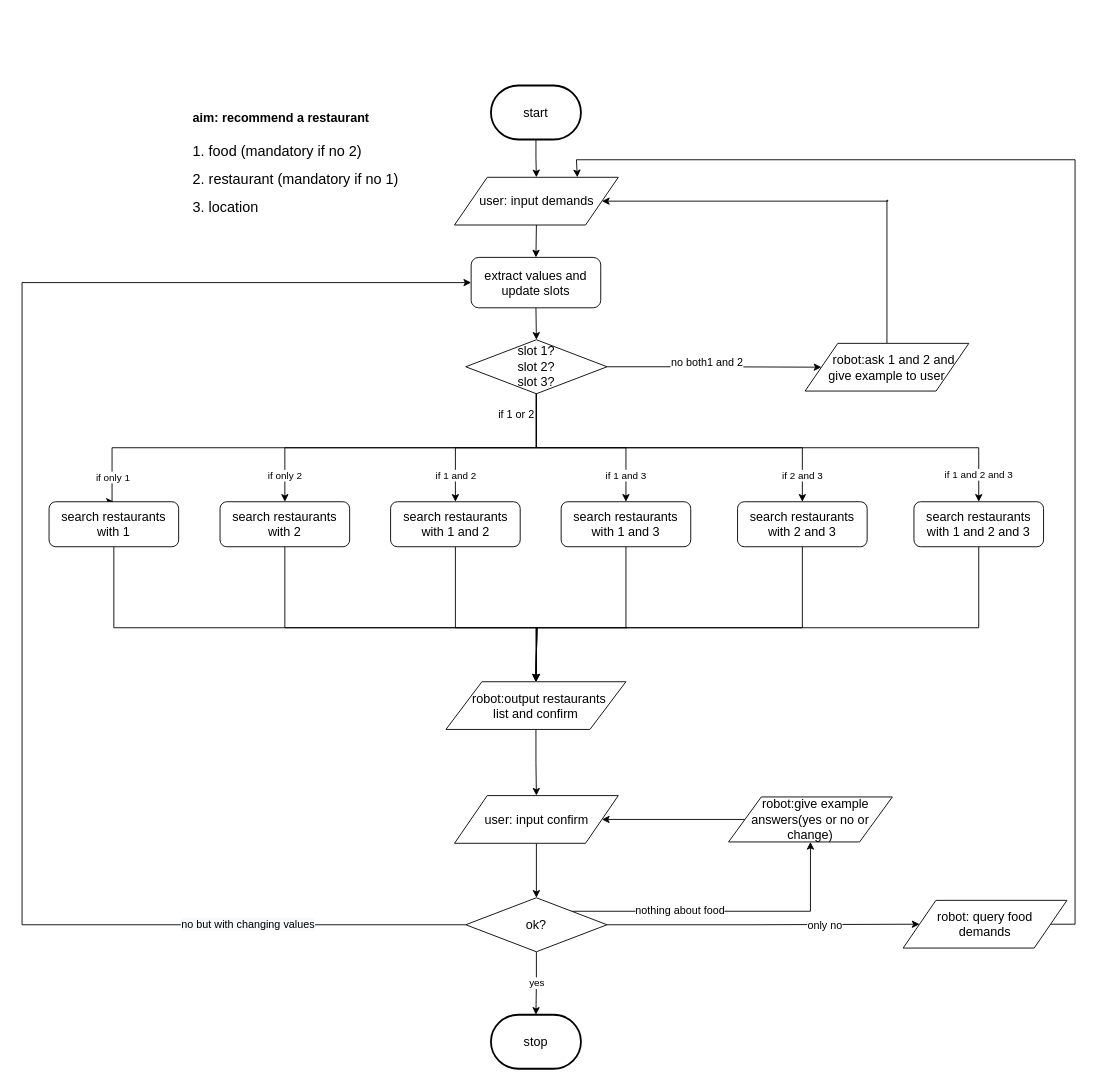
The draw.io diagram flow_diagram/dinning_consult.drawio in ricosr/travel_consult_chatbot, before the edit. Source tidied: cells renumbered, new cells numbered last; positions are measured from the earlier drawing's top-left corner, leaving out a move shared by most shapes. Both pictures are drawn from the tidied source at 90%, with x=0, y=0 at pixel (22, 86).
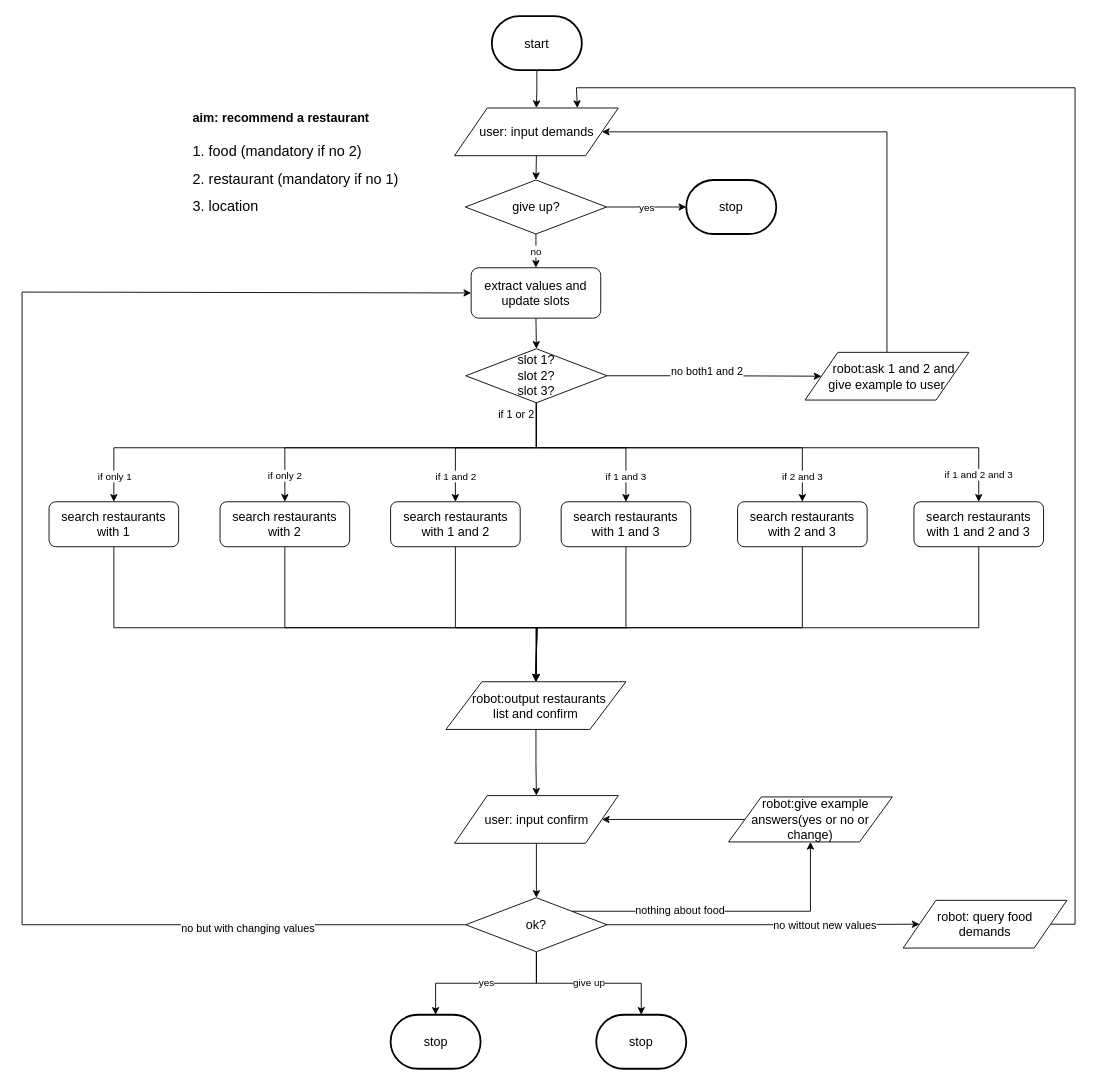
The same diagram, later.

The change refers to these unchanged cells:
```xml
<mxCell id="10" value="&lt;font style=&quot;font-size: 14px&quot;&gt;robot:&amp;nbsp;&lt;/font&gt;&lt;span style=&quot;font-size: 14px&quot;&gt;query food &lt;br&gt;demands&lt;/span&gt;" style="shape=parallelogram;perimeter=parallelogramPerimeter;whiteSpace=wrap;html=1;" parent="1" vertex="1">
  <mxGeometry x="979" y="904.9" width="182" height="53" as="geometry" />
</mxCell>
<mxCell id="18" value="&lt;span style=&quot;font-size: 14px&quot;&gt;search restaurants with 2&lt;/span&gt;" style="rounded=1;whiteSpace=wrap;html=1;" parent="1" vertex="1">
  <mxGeometry x="220" y="462" width="144" height="50" as="geometry" />
</mxCell>
<mxCell id="26" style="edgeStyle=orthogonalEdgeStyle;rounded=0;jettySize=auto;html=1;exitX=1;exitY=0.5;exitDx=0;exitDy=0;entryX=0;entryY=0.5;entryDx=0;entryDy=0;" parent="1" edge="1" source="30" target="10">
  <mxGeometry relative="1" as="geometry" />
</mxCell>
<mxCell id="30" value="&lt;font style=&quot;font-size: 14px&quot;&gt;ok?&lt;br&gt;&lt;/font&gt;" style="rhombus;whiteSpace=wrap;html=1;" parent="1" vertex="1">
  <mxGeometry x="493" y="902" width="157" height="60" as="geometry" />
</mxCell>
<mxCell id="35" value="&lt;span style=&quot;font-size: 14px&quot;&gt;search restaurants with 1&lt;/span&gt;" style="rounded=1;whiteSpace=wrap;html=1;" parent="1" vertex="1">
  <mxGeometry x="30" y="462" width="144" height="50" as="geometry" />
</mxCell>
<mxCell id="41" value="&lt;span style=&quot;font-size: 14px&quot;&gt;search restaurants with 1 and 3&lt;/span&gt;" style="rounded=1;whiteSpace=wrap;html=1;" parent="1" vertex="1">
  <mxGeometry x="599" y="462" width="144" height="50" as="geometry" />
</mxCell>
<mxCell id="43" value="&lt;span style=&quot;font-size: 14px&quot;&gt;search restaurants with 2 and 3&lt;/span&gt;" style="rounded=1;whiteSpace=wrap;html=1;" parent="1" vertex="1">
  <mxGeometry x="795" y="462" width="144" height="50" as="geometry" />
</mxCell>
<mxCell id="46" value="&lt;span style=&quot;font-size: 14px&quot;&gt;search restaurants with 1 and 2 and 3&lt;/span&gt;" style="rounded=1;whiteSpace=wrap;html=1;" parent="1" vertex="1">
  <mxGeometry x="991" y="462" width="144" height="50" as="geometry" />
</mxCell>
```

Change to the diagram source:
```diff
@@
     <mxCell id="5" value="if 1 and 3" style="edgeStyle=orthogonalEdgeStyle;rounded=0;jettySize=auto;html=1;exitX=0.5;exitY=1;exitDx=0;exitDy=0;entryX=0.5;entryY=0;entryDx=0;entryDy=0;" parent="1" edge="1" source="8" target="41">
-      <mxGeometry x="0.73" relative="1" as="geometry" />
+      <mxGeometry x="0.73" relative="1" as="geometry">
+        <Array as="points">
+          <mxPoint x="571" y="402" />
+          <mxPoint x="671" y="402" />
+        </Array>
+      </mxGeometry>
     </mxCell>
     <mxCell id="6" value="if 2 and 3" style="edgeStyle=orthogonalEdgeStyle;rounded=0;jettySize=auto;html=1;exitX=0.5;exitY=1;exitDx=0;exitDy=0;entryX=0.5;entryY=0;entryDx=0;entryDy=0;" parent="1" edge="1" source="8" target="43">
-      <mxGeometry x="0.86" relative="1" as="geometry" />
+      <mxGeometry x="0.86" relative="1" as="geometry">
+        <Array as="points">
+          <mxPoint x="571" y="402" />
+          <mxPoint x="867" y="402" />
+        </Array>
+      </mxGeometry>
     </mxCell>
     <mxCell id="7" value="if 1 and 2 and 3" style="edgeStyle=orthogonalEdgeStyle;rounded=0;jettySize=auto;html=1;exitX=0.5;exitY=1;exitDx=0;exitDy=0;entryX=0.5;entryY=0;entryDx=0;entryDy=0;" parent="1" edge="1" source="8" target="46">
-      <mxGeometry x="0.9" relative="1" as="geometry" />
+      <mxGeometry x="0.9" relative="1" as="geometry">
+        <Array as="points">
+          <mxPoint x="571" y="402" />
+          <mxPoint x="1063" y="402" />
+        </Array>
+      </mxGeometry>
     </mxCell>
     <mxCell id="8" value="&lt;font style=&quot;font-size: 14px&quot;&gt;slot 1?&lt;br&gt;slot 2?&lt;br&gt;slot 3?&lt;br&gt;&lt;/font&gt;" style="rhombus;whiteSpace=wrap;html=1;" parent="1" vertex="1">
-      <mxGeometry x="493" y="282" width="157" height="60" as="geometry" />
+      <mxGeometry x="493" y="292" width="157" height="60" as="geometry" />
     </mxCell>
     <mxCell id="9" style="edgeStyle=orthogonalEdgeStyle;rounded=0;jettySize=auto;html=1;exitX=1;exitY=0.5;exitDx=0;exitDy=0;entryX=0.75;entryY=0;entryDx=0;entryDy=0;" parent="1" edge="1" source="10" target="14">
       <mxGeometry relative="1" as="geometry">
         <Array as="points">
           <mxPoint x="1170" y="932" />
-          <mxPoint x="1170" y="82" />
-          <mxPoint x="616" y="82" />
+          <mxPoint x="1170" y="2" />
+          <mxPoint x="616" y="2" />
         </Array>
       </mxGeometry>
     </mxCell>
@@
     <mxCell id="12" value="&lt;span style=&quot;font-size: 14px&quot;&gt;start&lt;/span&gt;" style="strokeWidth=2;html=1;shape=mxgraph.flowchart.terminator;whiteSpace=wrap;" parent="1" vertex="1">
-      <mxGeometry x="521" y="-0.5" width="100" height="60" as="geometry" />
+      <mxGeometry x="522" y="-77.5" width="100" height="60" as="geometry" />
     </mxCell>
-    <mxCell id="13" style="edgeStyle=orthogonalEdgeStyle;rounded=0;jettySize=auto;html=1;exitX=0.5;exitY=1;exitDx=0;exitDy=0;entryX=0.5;entryY=0;entryDx=0;entryDy=0;" parent="1" edge="1" source="14" target="49">
-      <mxGeometry relative="1" as="geometry" />
-    </mxCell>
+    <mxCell id="50" style="edgeStyle=orthogonalEdgeStyle;rounded=0;jettySize=auto;html=1;exitX=0.5;exitY=1;exitDx=0;exitDy=0;entryX=0.5;entryY=0;entryDx=0;entryDy=0;" parent="1" edge="1" source="14" target="55">
+      <mxGeometry relative="1" as="geometry" />
+    </mxCell>
     <mxCell id="14" value="&lt;span style=&quot;font-size: 14px&quot;&gt;user: input demands&lt;/span&gt;" style="shape=parallelogram;perimeter=parallelogramPerimeter;whiteSpace=wrap;html=1;" parent="1" vertex="1">
-      <mxGeometry x="480.5" y="101.5" width="182" height="53" as="geometry" />
+      <mxGeometry x="480.5" y="24.5" width="182" height="53" as="geometry" />
     </mxCell>
     <mxCell id="15" style="edgeStyle=orthogonalEdgeStyle;rounded=0;jettySize=auto;html=1;exitX=0.5;exitY=0;exitDx=0;exitDy=0;entryX=1;entryY=0.5;entryDx=0;entryDy=0;" parent="1" edge="1" source="16" target="14">
       <mxGeometry relative="1" as="geometry">
         <Array as="points">
-          <mxPoint x="962" y="127" />
+          <mxPoint x="961" y="51" />
         </Array>
       </mxGeometry>
     </mxCell>
     <mxCell id="16" value="&lt;span style=&quot;font-size: 14px&quot;&gt;&amp;nbsp; &amp;nbsp; robot:ask 1 and 2 and &lt;br&gt;give example to user&lt;/span&gt;" style="shape=parallelogram;perimeter=parallelogramPerimeter;whiteSpace=wrap;html=1;" parent="1" vertex="1">
-      <mxGeometry x="870" y="286" width="182" height="53" as="geometry" />
+      <mxGeometry x="870" y="296" width="182" height="53" as="geometry" />
     </mxCell>
@@
-    <mxCell id="27" value="only no" style="text;html=1;align=center;verticalAlign=middle;labelBackgroundColor=#ffffff;" parent="26" vertex="1">
+    <mxCell id="27" value="no wittout new values" style="text;html=1;align=center;verticalAlign=middle;labelBackgroundColor=#ffffff;" parent="26" vertex="1">
       <mxGeometry x="0.39" y="-1" relative="1" as="geometry" />
     </mxCell>
     <mxCell id="28" style="edgeStyle=orthogonalEdgeStyle;rounded=0;jettySize=auto;html=1;exitX=0;exitY=0.5;exitDx=0;exitDy=0;entryX=0;entryY=0.5;entryDx=0;entryDy=0;" parent="1" edge="1" source="30" target="49">
       <mxGeometry relative="1" as="geometry">
         <Array as="points">
           <mxPoint y="932" />
-          <mxPoint y="219" />
+          <mxPoint y="229" />
         </Array>
       </mxGeometry>
     </mxCell>
@@
+    <mxCell id="51" value="give up" style="edgeStyle=orthogonalEdgeStyle;rounded=0;jettySize=auto;html=1;exitX=0.5;exitY=1;exitDx=0;exitDy=0;entryX=0.5;entryY=0;entryDx=0;entryDy=0;entryPerimeter=0;" parent="1" edge="1" source="30" target="52">
+      <mxGeometry relative="1" as="geometry" />
+    </mxCell>
@@
     <mxCell id="31" value="if only 1" style="edgeStyle=orthogonalEdgeStyle;rounded=0;jettySize=auto;html=1;exitX=0.5;exitY=1;exitDx=0;exitDy=0;entryX=0.5;entryY=0;entryDx=0;entryDy=0;" parent="1" edge="1" source="8" target="35">
       <mxGeometry x="0.9" y="1" relative="1" as="geometry">
         <Array as="points">
-          <mxPoint x="572" y="402" />
-          <mxPoint x="100" y="402" />
+          <mxPoint x="571" y="402" />
+          <mxPoint x="102" y="402" />
         </Array>
       </mxGeometry>
     </mxCell>
     <mxCell id="32" value="if only 2" style="edgeStyle=orthogonalEdgeStyle;rounded=0;jettySize=auto;html=1;exitX=0.5;exitY=1;exitDx=0;exitDy=0;entryX=0.5;entryY=0;entryDx=0;entryDy=0;" parent="1" edge="1" source="8" target="18">
-      <mxGeometry x="0.85" relative="1" as="geometry" />
+      <mxGeometry x="0.85" relative="1" as="geometry">
+        <Array as="points">
+          <mxPoint x="571" y="402" />
+          <mxPoint x="292" y="402" />
+        </Array>
+      </mxGeometry>
     </mxCell>
@@
     <mxCell id="38" value="&lt;font style=&quot;font-size: 14px&quot;&gt;stop&lt;/font&gt;" style="strokeWidth=2;html=1;shape=mxgraph.flowchart.terminator;whiteSpace=wrap;" parent="1" vertex="1">
-      <mxGeometry x="521" y="1032" width="100" height="60" as="geometry" />
+      <mxGeometry x="409.5" y="1032" width="100" height="60" as="geometry" />
     </mxCell>
@@
     <mxCell id="49" value="&lt;font style=&quot;font-size: 14px&quot;&gt;extract values and update slots&lt;/font&gt;" style="rounded=1;whiteSpace=wrap;html=1;" parent="1" vertex="1">
-      <mxGeometry x="499" y="190.5" width="144" height="56" as="geometry" />
+      <mxGeometry x="499" y="202" width="144" height="56" as="geometry" />
     </mxCell>
+    <mxCell id="52" value="&lt;font style=&quot;font-size: 14px&quot;&gt;stop&lt;/font&gt;" style="strokeWidth=2;html=1;shape=mxgraph.flowchart.terminator;whiteSpace=wrap;" parent="1" vertex="1">
+      <mxGeometry x="638" y="1032" width="100" height="60" as="geometry" />
+    </mxCell>
+    <mxCell id="53" value="no" style="edgeStyle=orthogonalEdgeStyle;rounded=0;jettySize=auto;html=1;exitX=0.5;exitY=1;exitDx=0;exitDy=0;entryX=0.5;entryY=0;entryDx=0;entryDy=0;" parent="1" edge="1" source="55" target="49">
+      <mxGeometry relative="1" as="geometry" />
+    </mxCell>
+    <mxCell id="54" value="yes" style="edgeStyle=orthogonalEdgeStyle;rounded=0;jettySize=auto;html=1;exitX=1;exitY=0.5;exitDx=0;exitDy=0;entryX=0;entryY=0.5;entryDx=0;entryDy=0;entryPerimeter=0;" parent="1" edge="1" source="55" target="56">
+      <mxGeometry relative="1" as="geometry" />
+    </mxCell>
+    <mxCell id="55" value="&lt;font style=&quot;font-size: 14px&quot;&gt;give up?&lt;br&gt;&lt;/font&gt;" style="rhombus;whiteSpace=wrap;html=1;" parent="1" vertex="1">
+      <mxGeometry x="492.5" y="104.5" width="157" height="60" as="geometry" />
+    </mxCell>
+    <mxCell id="56" value="&lt;font style=&quot;font-size: 14px&quot;&gt;stop&lt;/font&gt;" style="strokeWidth=2;html=1;shape=mxgraph.flowchart.terminator;whiteSpace=wrap;" parent="1" vertex="1">
+      <mxGeometry x="738" y="104.5" width="100" height="60" as="geometry" />
+    </mxCell>
```
